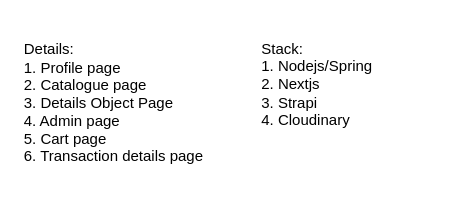
Earlier version of the draw.io diagram Untitled Diagram.drawio (idahdam/unnamed-project-1). Source tidied: cells renumbered, new cells numbered last; positions are measured from the earlier drawing's top-left corner, leaving out a move shared by most shapes. Both pictures are drawn from the tidied source at 125%, with x=0, y=0 at pixel (21, 40).
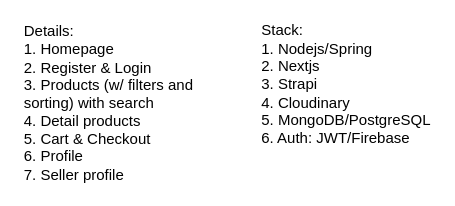
Above is the later version.

What changed in the source:
```diff
@@
 <mxGraphModel>
   <root>
     <mxCell id="0" />
     <mxCell id="1" parent="0" />
-    <mxCell id="2" value="Details:&lt;br&gt;1. Profile page&lt;br&gt;2. Catalogue page&lt;br&gt;3. Details Object Page&lt;br&gt;4. Admin page&lt;br&gt;5. Cart page&lt;br&gt;6. Transaction details page" style="text;html=1;strokeColor=none;fillColor=none;align=left;verticalAlign=middle;whiteSpace=wrap;rounded=0;" parent="1" vertex="1">
+    <mxCell id="2" value="Details:&lt;br&gt;1. Homepage&lt;br&gt;2. Register &amp;amp; Login&amp;nbsp;&lt;br&gt;3. Products (w/ filters and sorting) with search&amp;nbsp;&lt;br&gt;4. Detail products&lt;br&gt;5. Cart &amp;amp; Checkout&lt;br&gt;6. Profile&lt;br&gt;7. Seller profile" style="text;html=1;strokeColor=none;fillColor=none;align=left;verticalAlign=middle;whiteSpace=wrap;rounded=0;" parent="1" vertex="1">
       <mxGeometry y="10" width="160" height="80" as="geometry" />
     </mxCell>
-    <mxCell id="3" value="Stack:&lt;br&gt;1. Nodejs/Spring&lt;br&gt;2. Nextjs&lt;br&gt;3. Strapi&lt;br&gt;4. Cloudinary" style="text;html=1;strokeColor=none;fillColor=none;align=left;verticalAlign=middle;whiteSpace=wrap;rounded=0;" parent="1" vertex="1">
+    <mxCell id="3" value="Stack:&lt;br&gt;1. Nodejs/Spring&lt;br&gt;2. Nextjs&lt;br&gt;3. Strapi&lt;br&gt;4. Cloudinary&lt;br&gt;5. MongoDB/PostgreSQL&lt;br&gt;6. Auth: JWT/Firebase" style="text;html=1;strokeColor=none;fillColor=none;align=left;verticalAlign=middle;whiteSpace=wrap;rounded=0;" parent="1" vertex="1">
       <mxGeometry x="190" width="140" height="70" as="geometry" />
     </mxCell>
   </root>
 </mxGraphModel>
```
